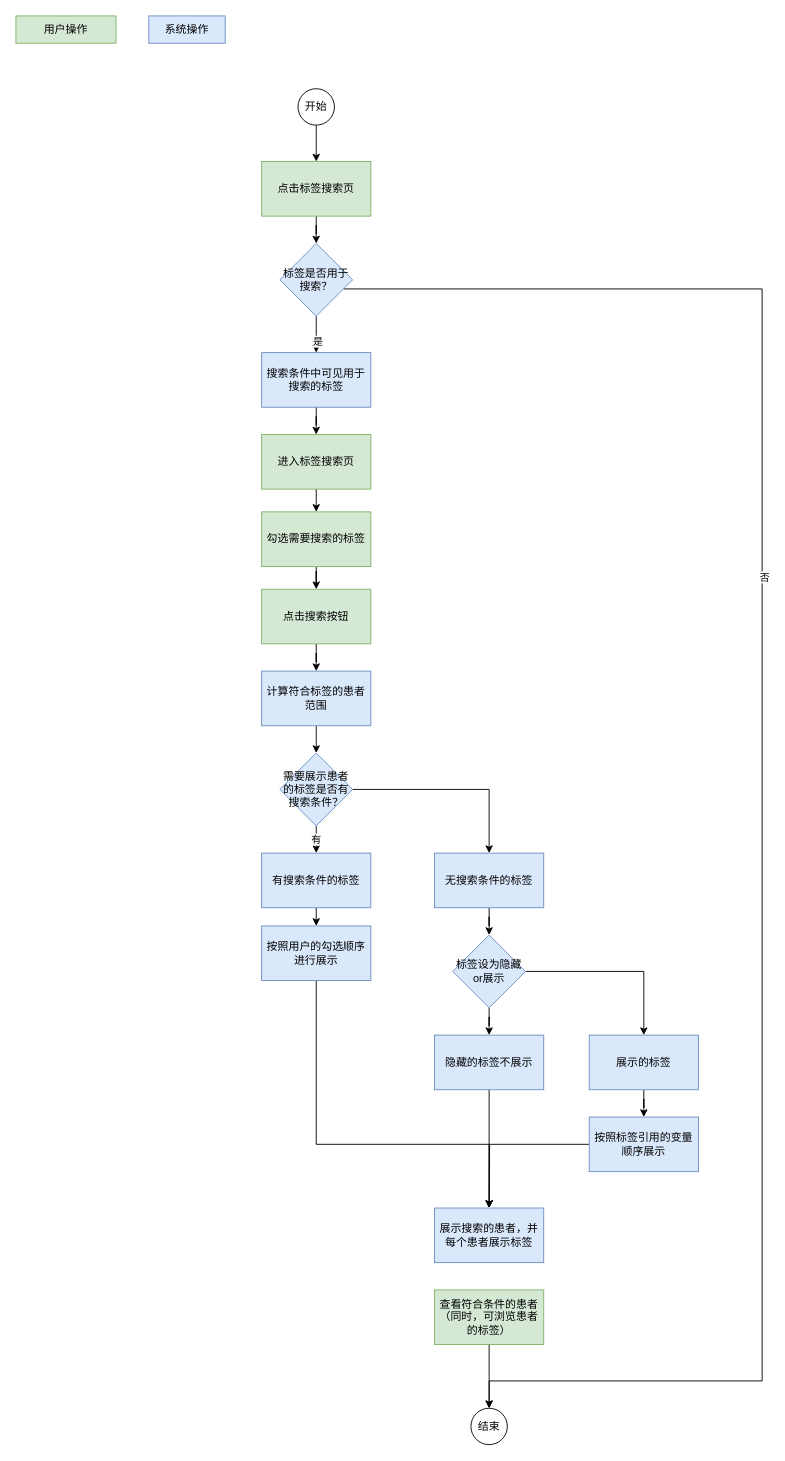
ElsaTravel/hello-world keeps this draw.io diagram as 未命名绘图.drawio. Above is the earlier version. Source tidied: cells renumbered, new cells numbered last; positions are measured from the earlier drawing's top-left corner, leaving out a move shared by most shapes. Both pictures are drawn from the tidied source at 91%, with x=0, y=0 at pixel (15, 15).
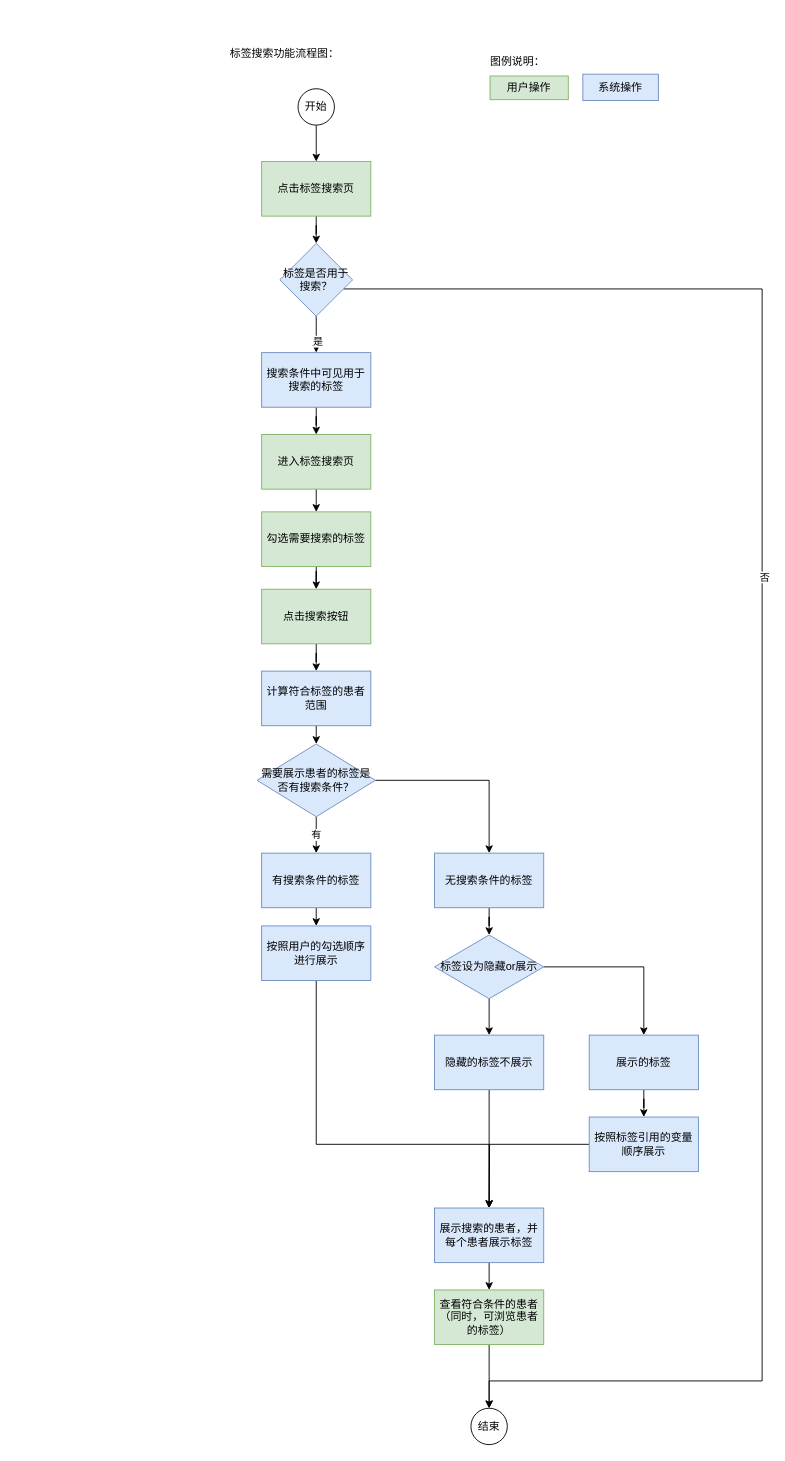
The same page after the edit.

The change refers to these unchanged cells:
```xml
<mxCell id="41" value="展示搜索的患者，并每个患者展示标签" style="rounded=0;whiteSpace=wrap;html=1;fillColor=#dae8fc;strokeColor=#6c8ebf;" parent="1" vertex="1">
  <mxGeometry x="460" y="1310" width="120" height="60" as="geometry" />
</mxCell>
<mxCell id="43" value="查看符合条件的患者（同时，可浏览患者的标签）" style="rounded=0;whiteSpace=wrap;html=1;fillColor=#d5e8d4;strokeColor=#82b366;" parent="1" vertex="1">
  <mxGeometry x="460" y="1400" width="120" height="60" as="geometry" />
</mxCell>
```

What changed in the source:
```diff
@@
     <mxCell id="17" value="用户操作" style="rounded=0;whiteSpace=wrap;html=1;fillColor=#d5e8d4;strokeColor=#82b366;" parent="1" vertex="1">
-      <mxGeometry width="110" height="30" as="geometry" />
+      <mxGeometry x="521" y="66" width="86" height="26" as="geometry" />
     </mxCell>
     <mxCell id="18" value="系统操作" style="rounded=0;whiteSpace=wrap;html=1;fillColor=#dae8fc;strokeColor=#6c8ebf;" parent="1" vertex="1">
-      <mxGeometry x="146" width="84" height="30" as="geometry" />
+      <mxGeometry x="623" y="64" width="83" height="29" as="geometry" />
     </mxCell>
@@
     <mxCell id="25" value="需要展示患者的标签是否有搜索条件？" style="rhombus;whiteSpace=wrap;html=1;fillColor=#dae8fc;strokeColor=#6c8ebf;" parent="1" vertex="1">
-      <mxGeometry x="290" y="810" width="80" height="80" as="geometry" />
+      <mxGeometry x="265" y="800" width="130" height="80" as="geometry" />
     </mxCell>
@@
     <mxCell id="34" value="标签设为隐藏or展示" style="rhombus;whiteSpace=wrap;html=1;fillColor=#dae8fc;strokeColor=#6c8ebf;" parent="1" vertex="1">
-      <mxGeometry x="480" y="1010" width="80" height="80" as="geometry" />
+      <mxGeometry x="460" y="1010" width="120" height="70" as="geometry" />
     </mxCell>
@@
+    <mxCell id="45" style="edgeStyle=orthogonalEdgeStyle;rounded=0;jettySize=auto;html=1;exitX=0.5;exitY=1;exitDx=0;exitDy=0;entryX=0.5;entryY=0;entryDx=0;entryDy=0;" parent="1" edge="1" source="41" target="43">
+      <mxGeometry relative="1" as="geometry" />
+    </mxCell>
@@
+    <mxCell id="46" value="图例说明：" style="text;html=1;strokeColor=none;fillColor=none;align=center;verticalAlign=middle;whiteSpace=wrap;rounded=0;" parent="1" vertex="1">
+      <mxGeometry x="517" y="40" width="69" height="20" as="geometry" />
+    </mxCell>
+    <mxCell id="47" value="标签搜索功能流程图：" style="text;html=1;strokeColor=none;fillColor=none;align=center;verticalAlign=middle;whiteSpace=wrap;rounded=0;" parent="1" vertex="1">
+      <mxGeometry x="220" y="32" width="151" height="20" as="geometry" />
+    </mxCell>
```
